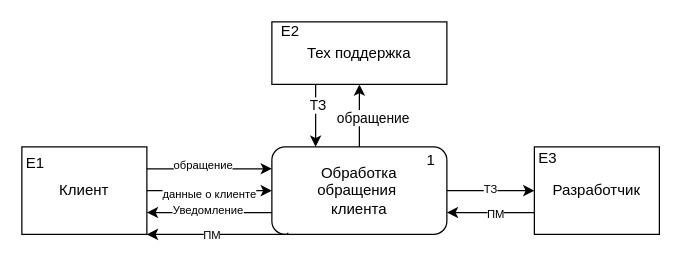
The draw.io diagram page "AS IS" (1 of 8) of ДИПЛОМ/Новая папка/dfd.drawio in semenovMaksWeb/biti, before the edit. Source tidied: cells renumbered, new cells numbered last; positions are measured from the earlier drawing's top-left corner, leaving out a move shared by most shapes. Both pictures are drawn from the tidied source at 125%, with x=0, y=0 at pixel (21, 21).
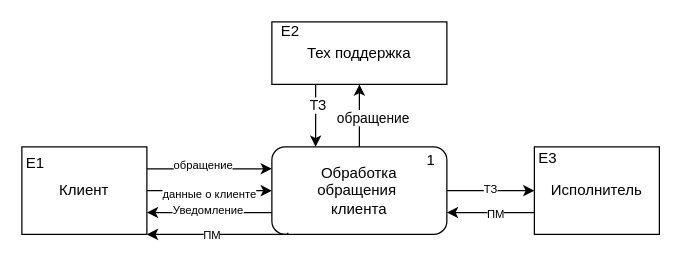
Above is the later version.

The change refers to these unchanged cells:
```xml
<mxCell id="5" style="group;" parent="1" vertex="1">
  <mxGeometry x="410" y="100" width="100" height="70" as="geometry" />
</mxCell>
```

What changed in the source:
```diff
@@
-    <mxCell id="6" value="Разработчик" style="html=1;dashed=0;whiteSpace=wrap;" parent="5" vertex="1">
+    <mxCell id="6" value="Исполнитель" style="html=1;dashed=0;whiteSpace=wrap;" parent="5" vertex="1">
       <mxGeometry width="100" height="70" as="geometry" />
     </mxCell>
```
